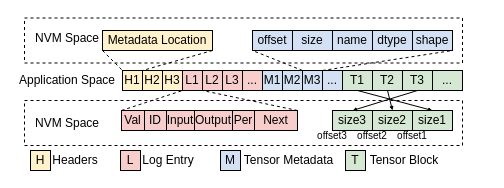
This is fig/P_M.drawio from icszhr/NCheck, a draw.io file, before an edit. Source tidied: cells renumbered, new cells numbered last; positions are measured from the earlier drawing's top-left corner, leaving out a move shared by most shapes. Both pictures are drawn from the tidied source at 100%, with x=0, y=0 at pixel (17, 18).
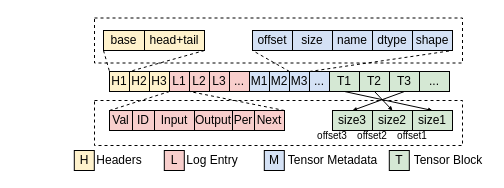
The same page after the edit.

Diff of the diagram source:
```diff
@@
     <mxCell id="2" style="rounded=0;whiteSpace=wrap;html=1;fillColor=none;dashed=1;" parent="1" vertex="1">
-      <mxGeometry x="7" y="-0.5" width="438" height="45" as="geometry" />
+      <mxGeometry x="77" y="-0.5" width="368" height="45" as="geometry" />
     </mxCell>
     <mxCell id="3" style="rounded=0;whiteSpace=wrap;html=1;fillColor=none;dashed=1;" parent="1" vertex="1">
-      <mxGeometry x="7" y="82" width="438" height="45" as="geometry" />
+      <mxGeometry x="77" y="82" width="368" height="45" as="geometry" />
     </mxCell>
@@
     <mxCell id="6" value="T1" style="whiteSpace=wrap;html=1;fillColor=#D5E8D4;" parent="1" vertex="1">
-      <mxGeometry x="325" y="52" width="30" height="20" as="geometry" />
+      <mxGeometry x="312" y="53" width="30" height="20" as="geometry" />
     </mxCell>
@@
     <mxCell id="8" value="T2" style="whiteSpace=wrap;html=1;fillColor=#D5E8D4;" parent="1" vertex="1">
-      <mxGeometry x="355" y="52" width="30" height="20" as="geometry" />
+      <mxGeometry x="342" y="53" width="30" height="20" as="geometry" />
     </mxCell>
     <mxCell id="9" value="T3" style="whiteSpace=wrap;html=1;fillColor=#D5E8D4;" parent="1" vertex="1">
-      <mxGeometry x="385" y="52" width="30" height="20" as="geometry" />
+      <mxGeometry x="372" y="53" width="30" height="20" as="geometry" />
     </mxCell>
     <mxCell id="10" value="M1" style="rounded=0;whiteSpace=wrap;html=1;fillColor=#D4E1F5;" parent="1" vertex="1">
-      <mxGeometry x="245" y="52" width="20" height="20" as="geometry" />
+      <mxGeometry x="232" y="53" width="20" height="20" as="geometry" />
     </mxCell>
     <mxCell id="11" value="M2" style="rounded=0;whiteSpace=wrap;html=1;fillColor=#D4E1F5;" parent="1" vertex="1">
-      <mxGeometry x="265" y="52" width="20" height="20" as="geometry" />
+      <mxGeometry x="252" y="53" width="20" height="20" as="geometry" />
     </mxCell>
     <mxCell id="12" value="M3" style="rounded=0;whiteSpace=wrap;html=1;fillColor=#D4E1F5;" parent="1" vertex="1">
-      <mxGeometry x="285" y="52" width="20" height="20" as="geometry" />
+      <mxGeometry x="272" y="53" width="20" height="20" as="geometry" />
     </mxCell>
     <mxCell id="13" value="L1" style="rounded=0;whiteSpace=wrap;html=1;fillColor=#F8CECC;" parent="1" vertex="1">
-      <mxGeometry x="165" y="52" width="20" height="20" as="geometry" />
+      <mxGeometry x="152" y="53" width="20" height="20" as="geometry" />
     </mxCell>
     <mxCell id="14" value="L2" style="rounded=0;whiteSpace=wrap;html=1;fillColor=#F8CECC;" parent="1" vertex="1">
-      <mxGeometry x="185" y="52" width="20" height="20" as="geometry" />
+      <mxGeometry x="172" y="53" width="20" height="20" as="geometry" />
     </mxCell>
     <mxCell id="15" value="L3" style="rounded=0;whiteSpace=wrap;html=1;fillColor=#F8CECC;" parent="1" vertex="1">
-      <mxGeometry x="205" y="52" width="20" height="20" as="geometry" />
+      <mxGeometry x="192" y="53" width="20" height="20" as="geometry" />
     </mxCell>
@@
     <mxCell id="18" value="..." style="rounded=0;whiteSpace=wrap;html=1;fillColor=#F8CECC;" parent="1" vertex="1">
-      <mxGeometry x="225" y="52" width="20" height="20" as="geometry" />
+      <mxGeometry x="212" y="53" width="20" height="20" as="geometry" />
     </mxCell>
@@
     <mxCell id="24" value="Val" style="rounded=0;whiteSpace=wrap;html=1;fillColor=#F8CECC;" parent="1" vertex="1">
-      <mxGeometry x="104" y="92" width="23" height="20" as="geometry" />
+      <mxGeometry x="92" y="92" width="23" height="20" as="geometry" />
     </mxCell>
     <mxCell id="25" value="ID" style="rounded=0;whiteSpace=wrap;html=1;fillColor=#F8CECC;" parent="1" vertex="1">
-      <mxGeometry x="127" y="92" width="22" height="20" as="geometry" />
+      <mxGeometry x="115" y="92" width="22" height="20" as="geometry" />
     </mxCell>
@@
     <mxCell id="27" value="Input" style="rounded=0;whiteSpace=wrap;html=1;fillColor=#F8CECC;" parent="1" vertex="1">
-      <mxGeometry x="149" y="92" width="28" height="20" as="geometry" />
+      <mxGeometry x="137" y="92" width="40" height="20" as="geometry" />
     </mxCell>
@@
     <mxCell id="36" value="H1" style="rounded=0;whiteSpace=wrap;html=1;fillColor=#FFF2CC;" parent="1" vertex="1">
-      <mxGeometry x="105" y="52" width="20" height="20" as="geometry" />
+      <mxGeometry x="92" y="53" width="20" height="20" as="geometry" />
     </mxCell>
-    <mxCell id="37" value="NVM Space" style="text;html=1;align=center;verticalAlign=middle;whiteSpace=wrap;rounded=0;" parent="1" vertex="1">
-      <mxGeometry x="10" y="97" width="80" height="15" as="geometry" />
-    </mxCell>
-    <mxCell id="38" value="Application Space" style="text;html=1;align=center;verticalAlign=middle;whiteSpace=wrap;rounded=0;" parent="1" vertex="1">
-      <mxGeometry y="54.5" width="100" height="15" as="geometry" />
-    </mxCell>
-    <mxCell id="39" value="NVM Space" style="text;html=1;align=center;verticalAlign=middle;whiteSpace=wrap;rounded=0;" parent="1" vertex="1">
-      <mxGeometry x="10" y="12" width="80" height="15" as="geometry" />
-    </mxCell>
@@
-    <mxCell id="41" value="Metadata Location" style="rounded=0;whiteSpace=wrap;html=1;fillColor=#FFF2CC;" parent="1" vertex="1">
-      <mxGeometry x="85" y="12" width="110" height="20" as="geometry" />
+    <mxCell id="41" value="base" style="rounded=0;whiteSpace=wrap;html=1;fillColor=#FFF2CC;" parent="1" vertex="1">
+      <mxGeometry x="86" y="12" width="41" height="20" as="geometry" />
     </mxCell>
     <mxCell id="42" value="..." style="rounded=0;whiteSpace=wrap;html=1;fillColor=#D4E1F5;" parent="1" vertex="1">
-      <mxGeometry x="305" y="52" width="20" height="20" as="geometry" />
+      <mxGeometry x="292" y="53" width="20" height="20" as="geometry" />
     </mxCell>
     <mxCell id="43" value="..." style="whiteSpace=wrap;html=1;fillColor=#D5E8D4;" parent="1" vertex="1">
-      <mxGeometry x="415" y="52" width="30" height="20" as="geometry" />
+      <mxGeometry x="402" y="53" width="30" height="20" as="geometry" />
     </mxCell>
-    <mxCell id="44" style="rounded=0;jettySize=auto;html=1;exitX=1;exitY=1;exitDx=0;exitDy=0;entryX=1;entryY=0;entryDx=0;entryDy=0;dashed=1;endArrow=none;endFill=0;" parent="1" edge="1" source="41" target="36">
+    <mxCell id="44" style="rounded=0;jettySize=auto;html=1;exitX=1;exitY=1;exitDx=0;exitDy=0;entryX=1;entryY=0;entryDx=0;entryDy=0;dashed=1;endArrow=none;endFill=0;" parent="1" edge="1" source="57" target="36">
       <mxGeometry relative="1" as="geometry" />
     </mxCell>
     <mxCell id="45" value="H2" style="rounded=0;whiteSpace=wrap;html=1;fillColor=#FFF2CC;" parent="1" vertex="1">
-      <mxGeometry x="125" y="52" width="20" height="20" as="geometry" />
+      <mxGeometry x="112" y="53" width="20" height="20" as="geometry" />
     </mxCell>
     <mxCell id="46" value="H3" style="rounded=0;whiteSpace=wrap;html=1;fillColor=#FFF2CC;" parent="1" vertex="1">
-      <mxGeometry x="145" y="52" width="20" height="20" as="geometry" />
+      <mxGeometry x="132" y="53" width="20" height="20" as="geometry" />
     </mxCell>
     <mxCell id="47" value="H" style="rounded=0;whiteSpace=wrap;html=1;fillColor=#FFF2CC;" parent="1" vertex="1">
-      <mxGeometry x="13" y="132" width="20" height="20" as="geometry" />
+      <mxGeometry x="56.8" y="132" width="20" height="20" as="geometry" />
     </mxCell>
     <mxCell id="48" value="Headers" style="text;html=1;align=center;verticalAlign=middle;whiteSpace=wrap;rounded=0;" parent="1" vertex="1">
-      <mxGeometry x="33" y="134.5" width="50" height="15" as="geometry" />
+      <mxGeometry x="76.8" y="134.5" width="50" height="15" as="geometry" />
     </mxCell>
     <mxCell id="49" value="L" style="rounded=0;whiteSpace=wrap;html=1;fillColor=#F8CECC;" parent="1" vertex="1">
-      <mxGeometry x="103" y="132" width="20" height="20" as="geometry" />
+      <mxGeometry x="146.8" y="132" width="20" height="20" as="geometry" />
     </mxCell>
     <mxCell id="50" value="Log Entry" style="text;html=1;align=center;verticalAlign=middle;whiteSpace=wrap;rounded=0;" parent="1" vertex="1">
-      <mxGeometry x="121" y="134.5" width="60" height="15" as="geometry" />
+      <mxGeometry x="164.8" y="134.5" width="60" height="15" as="geometry" />
     </mxCell>
     <mxCell id="51" value="M" style="rounded=0;whiteSpace=wrap;html=1;fillColor=#D4E1F5;" parent="1" vertex="1">
-      <mxGeometry x="203" y="132" width="20" height="20" as="geometry" />
+      <mxGeometry x="246.8" y="132" width="20" height="20" as="geometry" />
     </mxCell>
     <mxCell id="52" value="Tensor Metadata" style="text;html=1;align=center;verticalAlign=middle;whiteSpace=wrap;rounded=0;" parent="1" vertex="1">
-      <mxGeometry x="221" y="134.5" width="101" height="15" as="geometry" />
+      <mxGeometry x="264.8" y="134.5" width="101" height="15" as="geometry" />
     </mxCell>
     <mxCell id="53" value="T" style="rounded=0;whiteSpace=wrap;html=1;fillColor=#D5E8D4;" parent="1" vertex="1">
-      <mxGeometry x="328" y="132" width="20" height="20" as="geometry" />
+      <mxGeometry x="371.8" y="132" width="20" height="20" as="geometry" />
     </mxCell>
     <mxCell id="54" value="Tensor Block" style="text;html=1;align=center;verticalAlign=middle;whiteSpace=wrap;rounded=0;" parent="1" vertex="1">
-      <mxGeometry x="348" y="134.5" width="77.5" height="15" as="geometry" />
+      <mxGeometry x="391.8" y="134.5" width="77.5" height="15" as="geometry" />
     </mxCell>
     <mxCell id="55" value="Next" style="rounded=0;whiteSpace=wrap;html=1;fillColor=#F8CECC;" parent="1" vertex="1">
-      <mxGeometry x="237" y="92" width="43" height="20" as="geometry" />
+      <mxGeometry x="237" y="92" width="30" height="20" as="geometry" />
     </mxCell>
@@
+    <mxCell id="57" value="head+tail" style="rounded=0;whiteSpace=wrap;html=1;fillColor=#FFF2CC;" parent="1" vertex="1">
+      <mxGeometry x="127" y="12" width="60" height="20" as="geometry" />
+    </mxCell>
```
